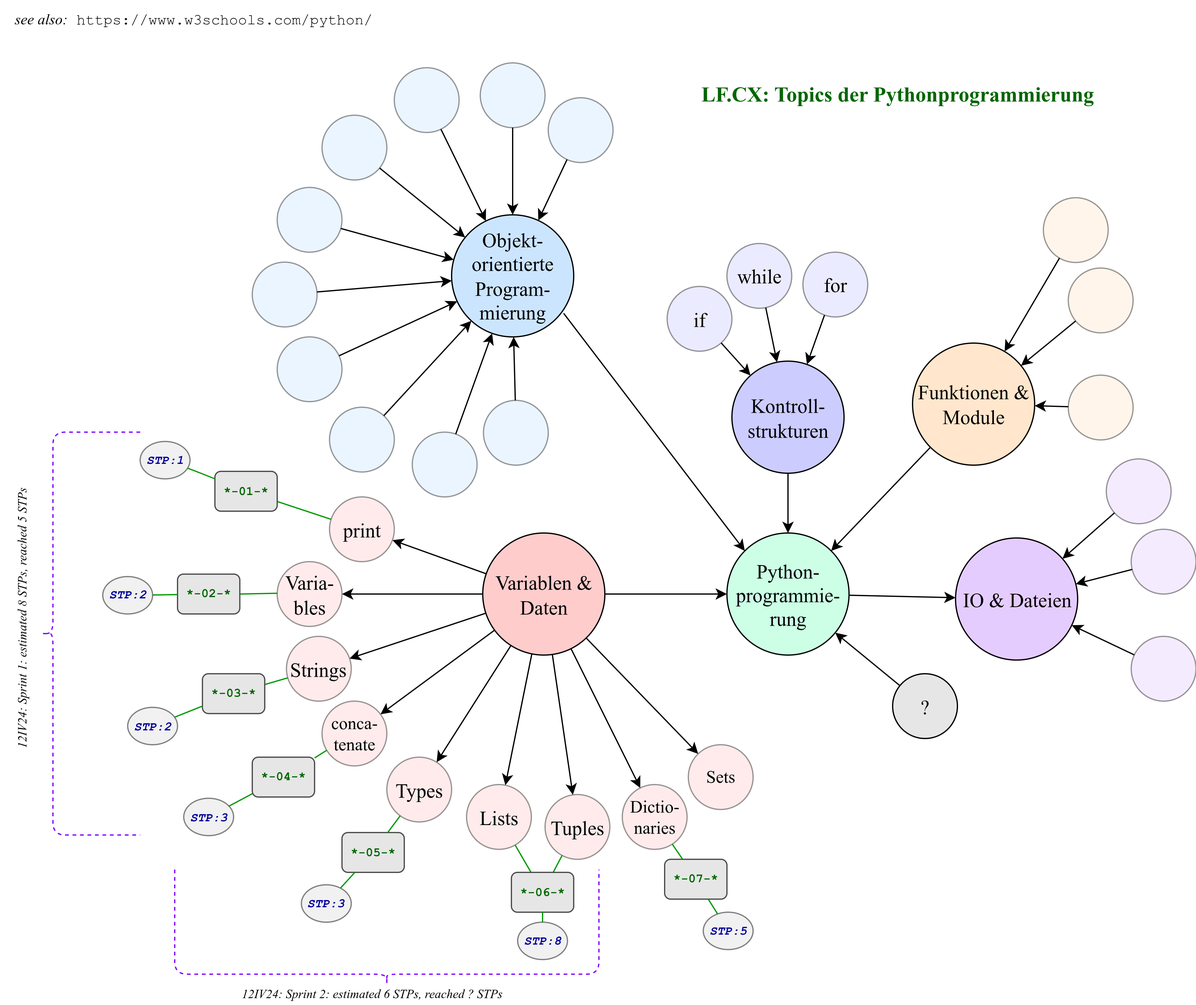
protirone/protico.ltx keeps this draw.io diagram as sources/lf.cx/img.lf/py2go-systematic.png. Above is the earlier version. Source tidied: cells renumbered, new cells last; positions are measured from the earlier drawing's top-left corner, leaving out a move shared by most shapes.
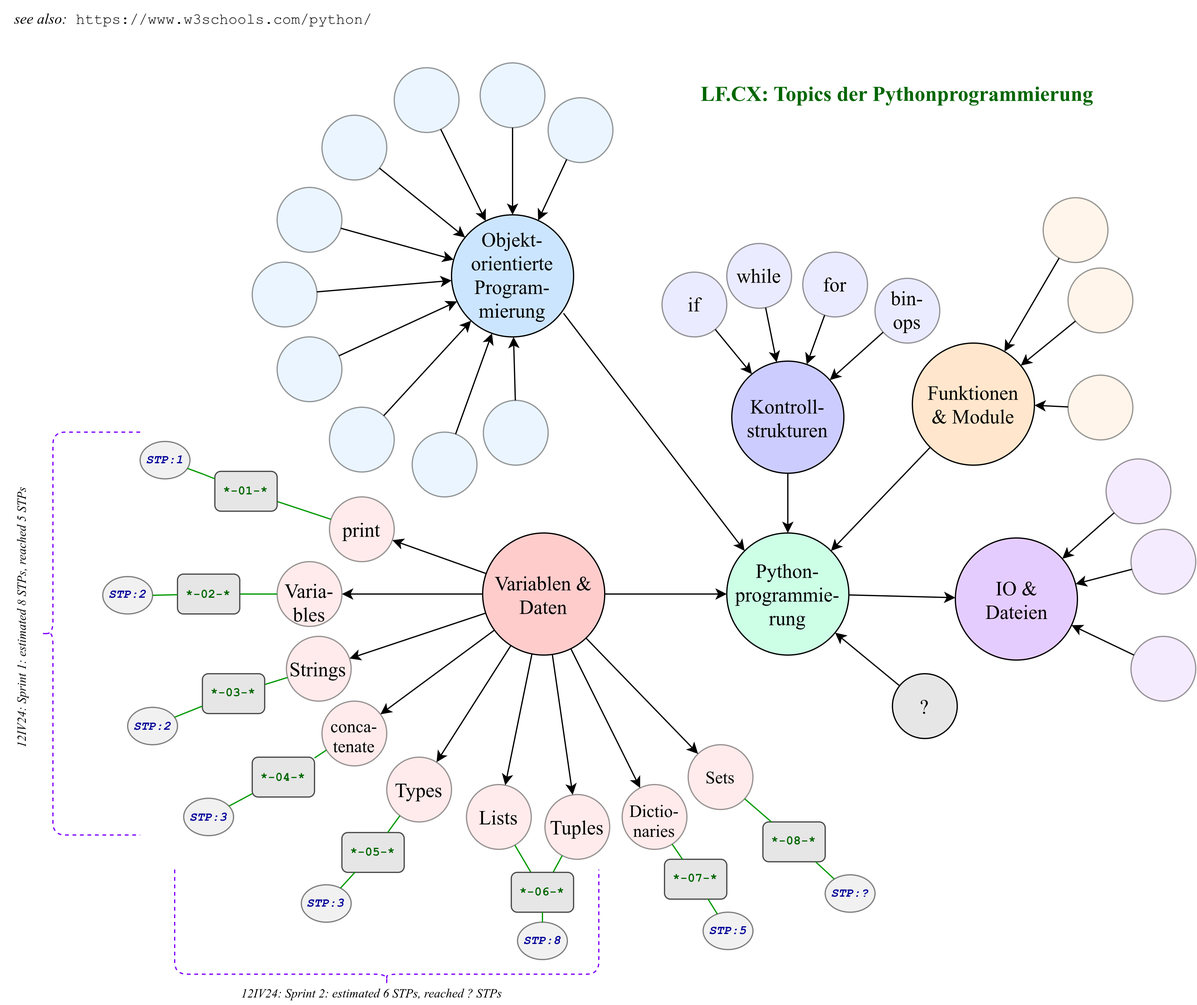
After the commit.

The edit, as a diff of the source:
```diff
@@ -171,7 +171,7 @@
       <mxGeometry relative="1" as="geometry" />
     </mxCell>
     <mxCell id="58" value="if" style="ellipse;whiteSpace=wrap;html=1;shapeInside=1;fontFamily=Garamond;fontSize=16;fillColor=#CCCCFF;opacity=40;" parent="1" vertex="1">
-      <mxGeometry x="653" y="229.5" width="52" height="52" as="geometry" />
+      <mxGeometry x="649" y="218" width="52" height="52" as="geometry" />
     </mxCell>
     <mxCell id="59" value="while" style="ellipse;whiteSpace=wrap;html=1;shapeInside=1;fontFamily=Garamond;fontSize=16;fillColor=#CCCCFF;opacity=40;" parent="1" vertex="1">
       <mxGeometry x="701" y="195" width="52" height="52" as="geometry" />
@@ -321,5 +321,23 @@
     <mxCell id="106" value="&lt;font face=&quot;Garamond&quot;&gt;&lt;i&gt;see also:&lt;/i&gt;&lt;/font&gt; https://www.w3schools.com/python/" style="text;html=1;align=center;verticalAlign=middle;whiteSpace=wrap;rounded=0;fontFamily=Courier New;" parent="1" vertex="1">
       <mxGeometry x="118" width="310" height="30" as="geometry" />
     </mxCell>
+    <mxCell id="107" value="&lt;font style=&quot;color: rgb(0, 102, 0);&quot;&gt;&lt;b&gt;*-08-*&lt;/b&gt;&lt;/font&gt;" style="rounded=1;whiteSpace=wrap;html=1;fontFamily=Courier New;fontSize=10;fillColor=#E6E6E6;strokeColor=#4D4D4D;" parent="1" vertex="1">
+      <mxGeometry x="730" y="659.5" width="50" height="32" as="geometry" />
+    </mxCell>
+    <mxCell id="108" style="endArrow=none;html=1;rounded=0;strokeColor=#009900;" parent="1" edge="1" source="65" target="107">
+      <mxGeometry relative="1" as="geometry" />
+    </mxCell>
+    <mxCell id="109" value="&lt;b&gt;&lt;font style=&quot;color: rgb(0, 0, 153);&quot;&gt;&lt;i&gt;STP:?&lt;/i&gt;&lt;/font&gt;&lt;/b&gt;" style="ellipse;whiteSpace=wrap;html=1;fillColor=#F1F1F1;fontFamily=Courier New;fontSize=10;fontColor=#0000CC;strokeColor=#808080;" parent="1" vertex="1">
+      <mxGeometry x="780" y="702" width="40" height="30" as="geometry" />
+    </mxCell>
+    <mxCell id="110" style="endArrow=none;html=1;rounded=0;strokeColor=#009900;" parent="1" edge="1" source="107" target="109">
+      <mxGeometry relative="1" as="geometry" />
+    </mxCell>
+    <mxCell id="111" value="bin-ops" style="ellipse;whiteSpace=wrap;html=1;shapeInside=1;fontFamily=Garamond;fontSize=16;fillColor=#CCCCFF;opacity=40;" parent="1" vertex="1">
+      <mxGeometry x="820" y="223" width="52" height="52" as="geometry" />
+    </mxCell>
+    <mxCell id="112" style="endArrow=classic;html=1;rounded=0;" parent="1" edge="1" source="111" target="3">
+      <mxGeometry relative="1" as="geometry" />
+    </mxCell>
   </root>
 </mxGraphModel>
```
